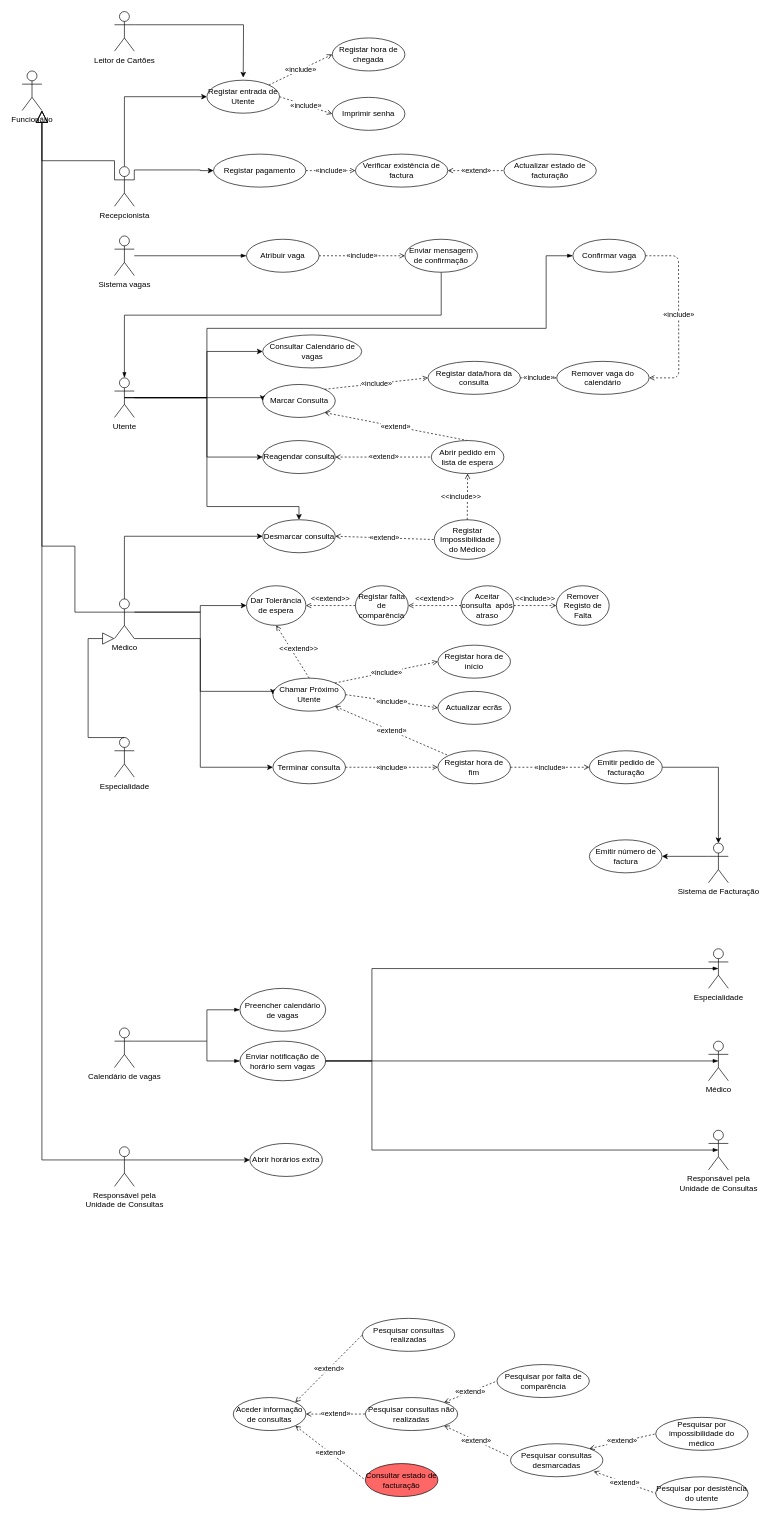
Above: page "Page-1" (1 of 5) of Diagrama Use Cases.drawio in carlan92/Hospital_Management_System (draw.io), before the change. Source tidied: cells renumbered, new cells numbered last; positions are measured from the earlier drawing's top-left corner, leaving out a move shared by most shapes. Both pictures are drawn from the tidied source at 66%, with x=0, y=0 at pixel (22, 11).
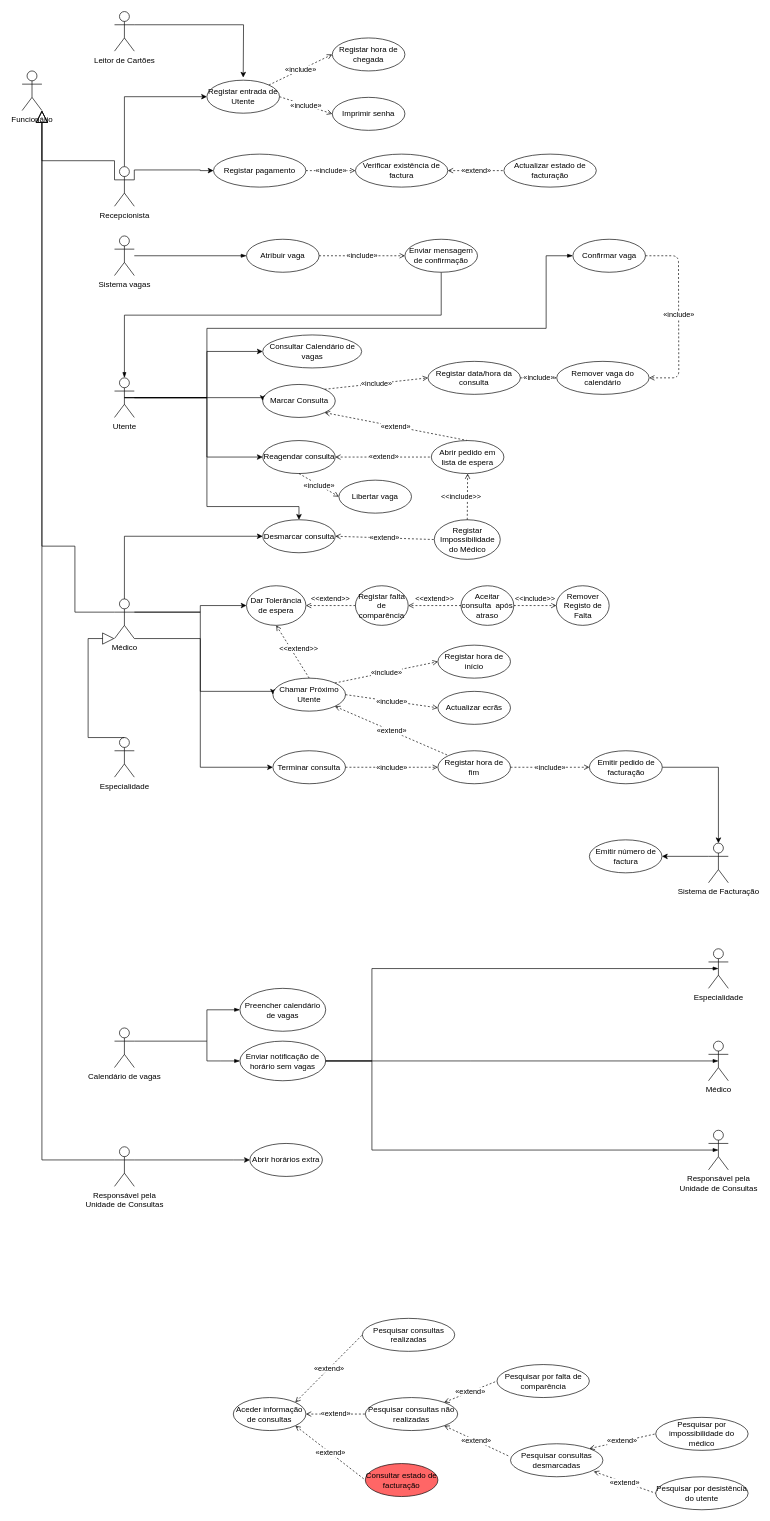
The same diagram, later.

Commit message (it also covers changes not shown here):
#4 Incluída a actividade libertar vaga

The change refers to these unchanged cells:
```xml
<mxCell id="24" value="Reagendar consulta" style="ellipse;whiteSpace=wrap;html=1;" parent="1" vertex="1">
  <mxGeometry x="364.5" y="650" width="110" height="50" as="geometry" />
</mxCell>
```

The edit, as a diff of the source:
```diff
@@
+    <mxCell id="108" value="Libertar vaga" style="ellipse;whiteSpace=wrap;html=1;" parent="1" vertex="1">
+      <mxGeometry x="480" y="710" width="110" height="50" as="geometry" />
+    </mxCell>
+    <mxCell id="109" value="«include»" style="endArrow=open;endSize=6;endFill=0;html=1;startArrow=none;startFill=0;verticalAlign=middle;dashed=1;exitX=0.5;exitY=1;exitDx=0;exitDy=0;entryX=0;entryY=0.5;entryDx=0;entryDy=0;" parent="1" edge="1" source="24" target="108">
+      <mxGeometry relative="1" as="geometry" />
+    </mxCell>
```
